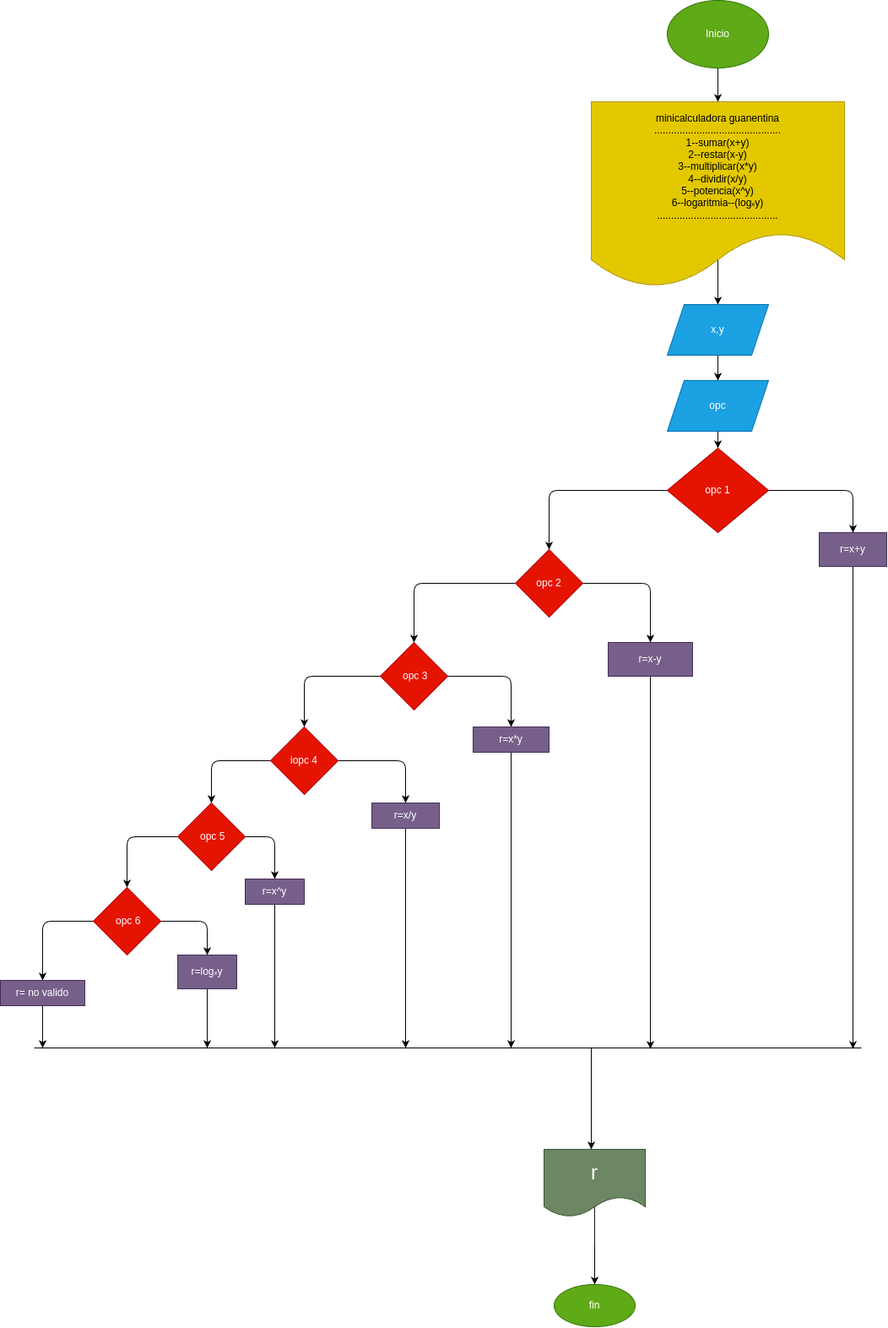
Earlier version of the draw.io export diagrama.png (Josix09/minicalculadora_guanentina). Source tidied: cells renumbered, new cells last; positions are measured from the earlier drawing's top-left corner, leaving out a move shared by most shapes.
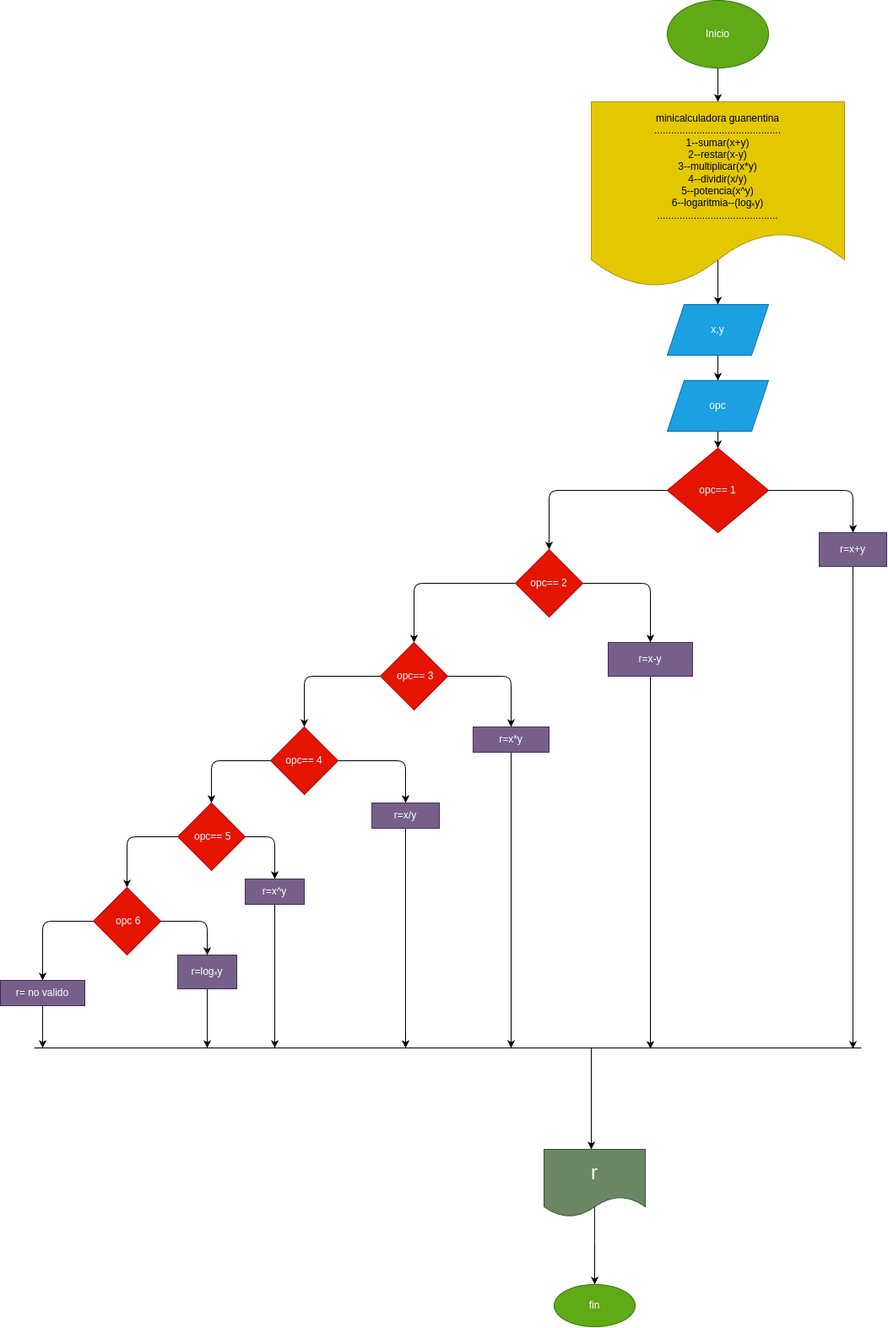
After the commit.

Diff of the diagram source:
```diff
@@ -28,7 +28,7 @@
         </Array>
       </mxGeometry>
     </mxCell>
-    <mxCell id="8" value="opc 1" style="rhombus;whiteSpace=wrap;html=1;fillColor=#e51400;fontColor=#ffffff;strokeColor=#B20000;" parent="1" vertex="1">
+    <mxCell id="8" value="opc== 1" style="rhombus;whiteSpace=wrap;html=1;fillColor=#e51400;fontColor=#ffffff;strokeColor=#B20000;" parent="1" vertex="1">
       <mxGeometry x="790" y="530" width="120" height="100" as="geometry" />
     </mxCell>
     <mxCell id="9" style="edgeStyle=none;html=1;" parent="1" edge="1" source="10">
@@ -53,7 +53,7 @@
         </Array>
       </mxGeometry>
     </mxCell>
-    <mxCell id="13" value="iopc 4" style="rhombus;whiteSpace=wrap;html=1;fillColor=#e51400;fontColor=#ffffff;strokeColor=#B20000;" parent="1" vertex="1">
+    <mxCell id="13" value="opc== 4" style="rhombus;whiteSpace=wrap;html=1;fillColor=#e51400;fontColor=#ffffff;strokeColor=#B20000;" parent="1" vertex="1">
       <mxGeometry x="320" y="860" width="80" height="80" as="geometry" />
     </mxCell>
     <mxCell id="14" style="edgeStyle=none;html=1;entryX=0.5;entryY=0;entryDx=0;entryDy=0;" parent="1" edge="1" source="15" target="8">
@@ -76,7 +76,7 @@
         </Array>
       </mxGeometry>
     </mxCell>
-    <mxCell id="18" value="opc 2" style="rhombus;whiteSpace=wrap;html=1;fillColor=#e51400;fontColor=#ffffff;strokeColor=#B20000;" parent="1" vertex="1">
+    <mxCell id="18" value="opc== 2" style="rhombus;whiteSpace=wrap;html=1;fillColor=#e51400;fontColor=#ffffff;strokeColor=#B20000;" parent="1" vertex="1">
       <mxGeometry x="610" y="650" width="80" height="80" as="geometry" />
     </mxCell>
     <mxCell id="19" style="edgeStyle=none;html=1;" parent="1" edge="1" source="20">
@@ -101,7 +101,7 @@
         </Array>
       </mxGeometry>
     </mxCell>
-    <mxCell id="23" value="&amp;nbsp;opc 3" style="rhombus;whiteSpace=wrap;html=1;fillColor=#e51400;fontColor=#ffffff;strokeColor=#B20000;" parent="1" vertex="1">
+    <mxCell id="23" value="&amp;nbsp;opc== 3" style="rhombus;whiteSpace=wrap;html=1;fillColor=#e51400;fontColor=#ffffff;strokeColor=#B20000;" parent="1" vertex="1">
       <mxGeometry x="450" y="760" width="80" height="80" as="geometry" />
     </mxCell>
     <mxCell id="24" style="edgeStyle=none;html=1;" parent="1" edge="1" source="25">
@@ -134,7 +134,7 @@
         </Array>
       </mxGeometry>
     </mxCell>
-    <mxCell id="30" value="&amp;nbsp;opc 5" style="rhombus;whiteSpace=wrap;html=1;fillColor=#e51400;fontColor=#ffffff;strokeColor=#B20000;" parent="1" vertex="1">
+    <mxCell id="30" value="&amp;nbsp;opc== 5" style="rhombus;whiteSpace=wrap;html=1;fillColor=#e51400;fontColor=#ffffff;strokeColor=#B20000;" parent="1" vertex="1">
       <mxGeometry x="210" y="950" width="80" height="80" as="geometry" />
     </mxCell>
     <mxCell id="31" style="edgeStyle=none;html=1;" parent="1" edge="1" source="32">
```
